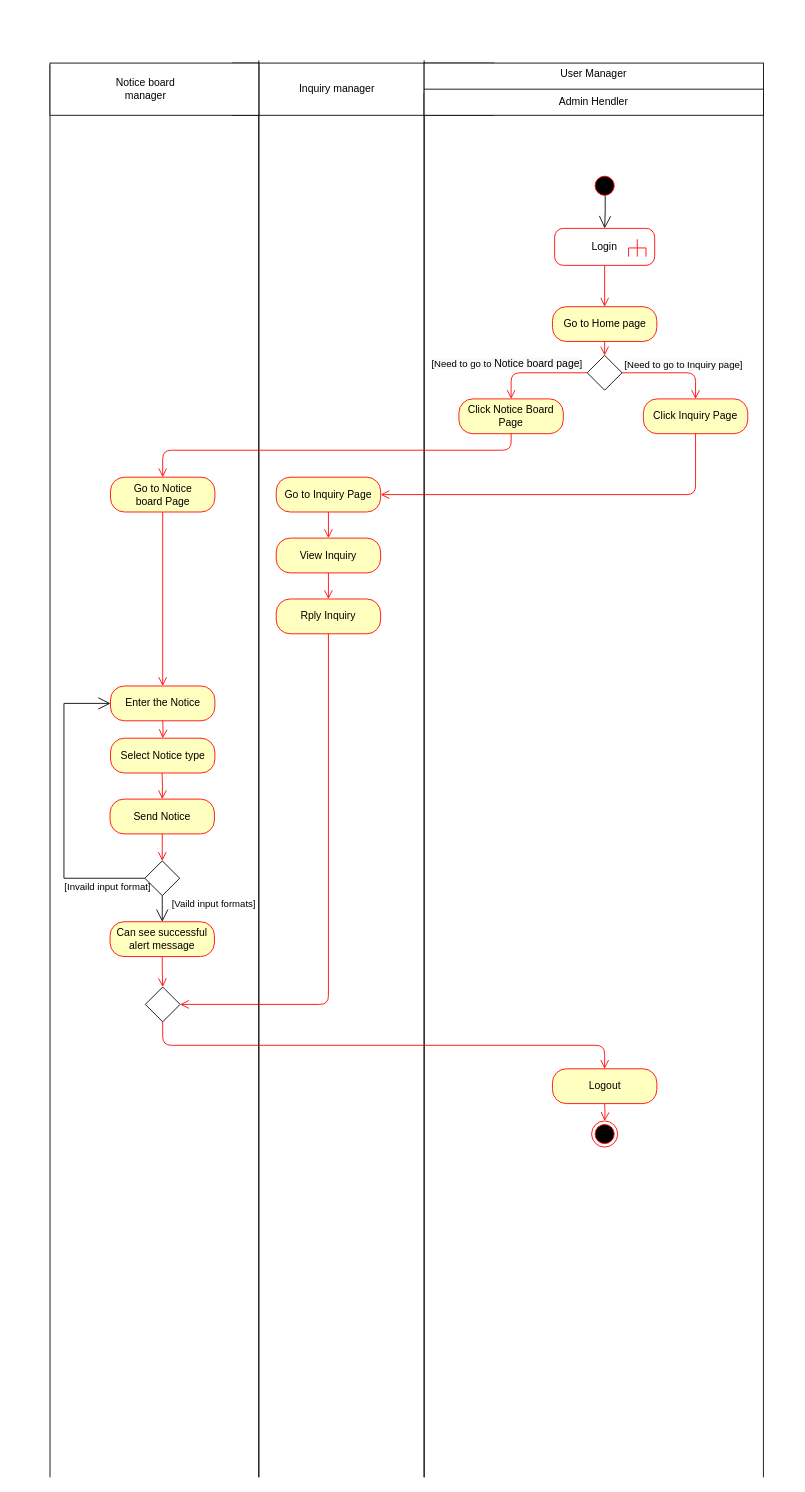
Before: page "Harsha Activity admin" (10 of 37) of PAF ER Diagram.drawio in YuchiraJA/PAF-Project-ER-Diagram, a draw.io diagram. Source tidied: cells renumbered, new cells numbered last; positions are measured from the earlier drawing's top-left corner, leaving out a move shared by most shapes. Both pictures are drawn from the tidied source at 87%, with x=0, y=0 at pixel (38, 60).
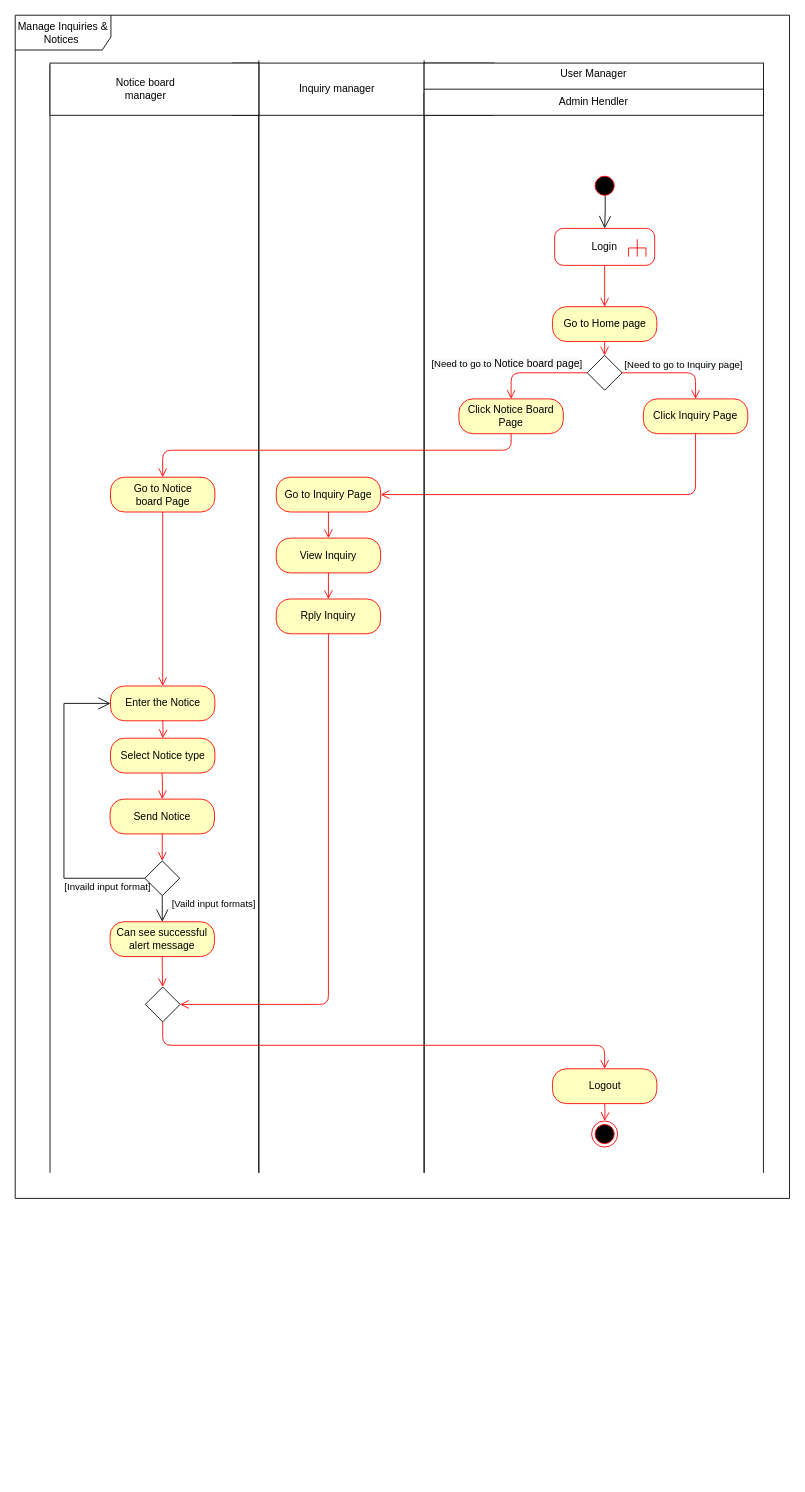
The same diagram, later.

The edit, as a diff of the source:
```diff
@@
     <mxCell id="3" style="shape=partialRectangle;whiteSpace=wrap;html=1;top=0;bottom=0;fillColor=none;" parent="1" vertex="1">
-      <mxGeometry x="443" y="38" width="390" height="1590" as="geometry" />
+      <mxGeometry x="443" y="38" width="390" height="1240" as="geometry" />
     </mxCell>
     <mxCell id="4" style="shape=partialRectangle;whiteSpace=wrap;html=1;top=0;bottom=0;fillColor=none;" parent="1" vertex="1">
-      <mxGeometry x="13" y="5.5" width="240" height="1622.5" as="geometry" />
+      <mxGeometry x="13" y="5.5" width="240" height="1272.5" as="geometry" />
     </mxCell>
     <mxCell id="5" style="shape=partialRectangle;whiteSpace=wrap;html=1;top=0;bottom=0;fillColor=none;" parent="1" vertex="1">
-      <mxGeometry x="253" y="0.5" width="190" height="1627.5" as="geometry" />
+      <mxGeometry x="253" y="0.5" width="190" height="1277.5" as="geometry" />
     </mxCell>
@@
+    <mxCell id="56" value="Manage Inquiries &amp;amp; Notices&amp;nbsp;" style="shape=umlFrame;whiteSpace=wrap;html=1;width=110;height=40;" parent="1" vertex="1">
+      <mxGeometry x="-27" y="-52" width="890" height="1360" as="geometry" />
+    </mxCell>
```
